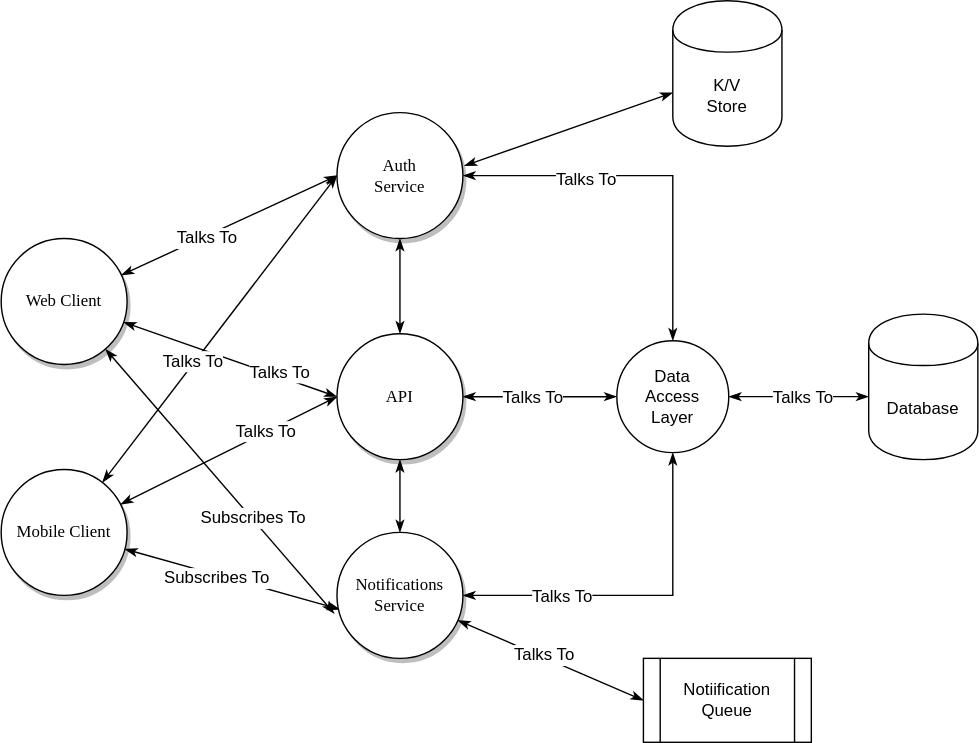
Earlier version of the draw.io export dal1.svg (rasjonell-zz/presentations). Source tidied: cells renumbered, new cells last; positions are measured from the earlier drawing's top-left corner, leaving out a move shared by most shapes.
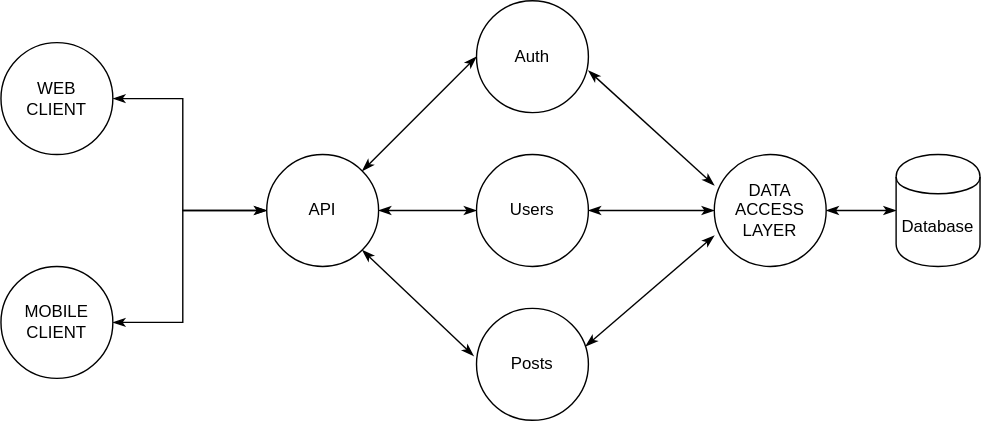
The same file after the commit.

The edit, as a diff of the source:
```diff
@@ -1,110 +1,74 @@
-<mxGraphModel background="#ffffff">
+<mxGraphModel>
   <root>
     <mxCell id="0" />
     <mxCell id="1" parent="0" />
-    <mxCell id="2" style="rounded=0;jettySize=auto;html=1;entryX=0;entryY=0.5;entryDx=0;entryDy=0;startArrow=classicThin;startFill=1;endArrow=classicThin;endFill=1;" parent="1" edge="1" source="8" target="18">
-      <mxGeometry relative="1" as="geometry" />
+    <mxCell id="2" style="edgeStyle=orthogonalEdgeStyle;rounded=0;jettySize=auto;html=1;entryX=0;entryY=0.5;entryDx=0;entryDy=0;endArrow=classicThin;endFill=1;startArrow=classicThin;startFill=1;" parent="1" edge="1" source="3" target="9">
+      <mxGeometry relative="1" as="geometry">
+        <Array as="points">
+          <mxPoint x="50" y="280" />
+          <mxPoint x="50" y="360" />
+        </Array>
+      </mxGeometry>
     </mxCell>
-    <mxCell id="3" value="Talks To" style="text;html=1;align=center;verticalAlign=middle;points=[];labelBackgroundColor=#ffffff;" parent="2" vertex="1">
-      <mxGeometry x="-0.22" y="-1" relative="1" as="geometry" />
+    <mxCell id="3" value="&lt;div&gt;WEB&lt;/div&gt;&lt;div&gt;CLIENT&lt;br&gt;&lt;/div&gt;" style="ellipse;whiteSpace=wrap;html=1;" parent="1" vertex="1">
+      <mxGeometry x="-80" y="240" width="80" height="80" as="geometry" />
     </mxCell>
-    <mxCell id="4" style="rounded=0;jettySize=auto;html=1;entryX=-0.022;entryY=0.644;entryDx=0;entryDy=0;entryPerimeter=0;startArrow=classicThin;startFill=1;endArrow=classicThin;endFill=1;" parent="1" edge="1" source="8" target="24">
-      <mxGeometry relative="1" as="geometry" />
+    <mxCell id="4" style="edgeStyle=orthogonalEdgeStyle;rounded=0;jettySize=auto;html=1;entryX=0;entryY=0.5;entryDx=0;entryDy=0;endArrow=classicThin;endFill=1;startArrow=classicThin;startFill=1;" parent="1" edge="1" source="5" target="9">
+      <mxGeometry relative="1" as="geometry">
+        <Array as="points">
+          <mxPoint x="50" y="440" />
+          <mxPoint x="50" y="360" />
+        </Array>
+      </mxGeometry>
     </mxCell>
-    <mxCell id="5" value="&lt;div&gt;Subscribes To&lt;/div&gt;" style="text;html=1;align=center;verticalAlign=middle;points=[];labelBackgroundColor=#ffffff;" parent="4" vertex="1">
-      <mxGeometry x="0.28" y="1" relative="1" as="geometry" />
+    <mxCell id="5" value="&lt;div&gt;MOBILE&lt;br&gt;CLIENT&lt;br&gt;&lt;/div&gt;" style="ellipse;whiteSpace=wrap;html=1;" parent="1" vertex="1">
+      <mxGeometry x="-80" y="400" width="80" height="80" as="geometry" />
     </mxCell>
-    <mxCell id="6" style="edgeStyle=none;rounded=0;jettySize=auto;html=1;entryX=0;entryY=0.5;entryDx=0;entryDy=0;startArrow=classicThin;startFill=1;endArrow=classicThin;endFill=1;" parent="1" edge="1" source="8" target="32">
+    <mxCell id="6" style="rounded=0;jettySize=auto;html=1;exitX=1;exitY=0;exitDx=0;exitDy=0;entryX=0;entryY=0.5;entryDx=0;entryDy=0;startArrow=classicThin;startFill=1;endArrow=classicThin;endFill=1;" parent="1" edge="1" source="9" target="11">
       <mxGeometry relative="1" as="geometry" />
     </mxCell>
-    <mxCell id="7" value="Talks To" style="text;html=1;align=center;verticalAlign=middle;labelBackgroundColor=#ffffff;" parent="6" vertex="1">
-      <mxGeometry x="0.43" y="3" relative="1" as="geometry" />
+    <mxCell id="7" style="edgeStyle=none;rounded=0;jettySize=auto;html=1;entryX=0;entryY=0.5;entryDx=0;entryDy=0;startArrow=classicThin;startFill=1;endArrow=classicThin;endFill=1;" parent="1" edge="1" source="9" target="13">
+      <mxGeometry relative="1" as="geometry" />
     </mxCell>
-    <mxCell id="8" value="Web Client" style="ellipse;whiteSpace=wrap;html=1;rounded=0;shadow=1;comic=0;labelBackgroundColor=none;strokeWidth=1;fontFamily=Verdana;fontSize=12;align=center;" parent="1" vertex="1">
-      <mxGeometry y="170" width="90" height="90" as="geometry" />
+    <mxCell id="8" style="edgeStyle=none;rounded=0;jettySize=auto;html=1;exitX=1;exitY=1;exitDx=0;exitDy=0;entryX=-0.025;entryY=0.425;entryDx=0;entryDy=0;entryPerimeter=0;startArrow=classicThin;startFill=1;endArrow=classicThin;endFill=1;" parent="1" edge="1" source="9" target="15">
+      <mxGeometry relative="1" as="geometry" />
     </mxCell>
-    <mxCell id="9" style="edgeStyle=none;rounded=0;jettySize=auto;html=1;entryX=0;entryY=0.5;entryDx=0;entryDy=0;startArrow=classicThin;startFill=1;endArrow=classicThin;endFill=1;" parent="1" edge="1" source="15" target="18">
-      <mxGeometry relative="1" as="geometry" />
+    <mxCell id="9" value="API" style="ellipse;whiteSpace=wrap;html=1;" parent="1" vertex="1">
+      <mxGeometry x="110" y="320" width="80" height="80" as="geometry" />
     </mxCell>
-    <mxCell id="10" value="Talks To" style="text;html=1;align=center;verticalAlign=middle;labelBackgroundColor=#ffffff;" parent="9" vertex="1">
-      <mxGeometry x="-0.22" y="2" relative="1" as="geometry" />
+    <mxCell id="10" style="edgeStyle=none;rounded=0;orthogonalLoop=1;jettySize=auto;html=1;entryX=0;entryY=0.3;entryDx=0;entryDy=0;startArrow=classicThin;startFill=1;endArrow=classicThin;endFill=1;" parent="1" edge="1">
+      <mxGeometry relative="1" as="geometry">
+        <mxPoint x="340" y="260" as="sourcePoint" />
+        <mxPoint x="430" y="342" as="targetPoint" />
+      </mxGeometry>
     </mxCell>
-    <mxCell id="11" style="edgeStyle=none;rounded=0;jettySize=auto;html=1;entryX=0.022;entryY=0.611;entryDx=0;entryDy=0;entryPerimeter=0;startArrow=classicThin;startFill=1;endArrow=classicThin;endFill=1;" parent="1" edge="1" source="15" target="24">
-      <mxGeometry relative="1" as="geometry" />
+    <mxCell id="11" value="Auth" style="ellipse;whiteSpace=wrap;html=1;" parent="1" vertex="1">
+      <mxGeometry x="260" y="210" width="80" height="80" as="geometry" />
     </mxCell>
-    <mxCell id="12" value="Subscribes To" style="text;html=1;align=center;verticalAlign=middle;labelBackgroundColor=#ffffff;" parent="11" vertex="1">
-      <mxGeometry x="-0.15" y="-2" relative="1" as="geometry" />
+    <mxCell id="12" style="edgeStyle=none;rounded=0;jettySize=auto;html=1;entryX=0;entryY=0.5;entryDx=0;entryDy=0;startArrow=classicThin;startFill=1;endArrow=classicThin;endFill=1;" parent="1" edge="1" source="13">
+      <mxGeometry relative="1" as="geometry">
+        <mxPoint x="430" y="360" as="targetPoint" />
+      </mxGeometry>
     </mxCell>
-    <mxCell id="13" style="edgeStyle=none;rounded=0;jettySize=auto;html=1;entryX=0;entryY=0.5;entryDx=0;entryDy=0;startArrow=classicThin;startFill=1;endArrow=classicThin;endFill=1;" parent="1" edge="1" source="15" target="32">
-      <mxGeometry relative="1" as="geometry" />
+    <mxCell id="13" value="Users" style="ellipse;whiteSpace=wrap;html=1;" parent="1" vertex="1">
+      <mxGeometry x="260" y="320" width="80" height="80" as="geometry" />
     </mxCell>
-    <mxCell id="14" value="&lt;div&gt;Talks To&lt;/div&gt;" style="text;html=1;align=center;verticalAlign=middle;labelBackgroundColor=#ffffff;" parent="13" vertex="1">
-      <mxGeometry x="0.34" y="1" relative="1" as="geometry" />
+    <mxCell id="14" style="edgeStyle=none;rounded=0;jettySize=auto;html=1;exitX=0.975;exitY=0.338;exitDx=0;exitDy=0;entryX=0;entryY=0.7;entryDx=0;entryDy=0;startArrow=classicThin;startFill=1;endArrow=classicThin;endFill=1;exitPerimeter=0;" parent="1" edge="1" source="15">
+      <mxGeometry relative="1" as="geometry">
+        <mxPoint x="430" y="378" as="targetPoint" />
+      </mxGeometry>
     </mxCell>
-    <mxCell id="15" value="Mobile Client" style="ellipse;whiteSpace=wrap;html=1;rounded=0;shadow=1;comic=0;labelBackgroundColor=none;strokeWidth=1;fontFamily=Verdana;fontSize=12;align=center;" parent="1" vertex="1">
-      <mxGeometry y="335" width="90" height="90" as="geometry" />
+    <mxCell id="15" value="Posts" style="ellipse;whiteSpace=wrap;html=1;" parent="1" vertex="1">
+      <mxGeometry x="260" y="430" width="80" height="80" as="geometry" />
     </mxCell>
-    <mxCell id="16" style="edgeStyle=orthogonalEdgeStyle;rounded=0;jettySize=auto;html=1;entryX=0.5;entryY=0;entryDx=0;entryDy=0;startArrow=classicThin;startFill=1;endArrow=classicThin;endFill=1;" parent="1" edge="1" source="18" target="35">
+    <mxCell id="16" style="edgeStyle=none;rounded=0;jettySize=auto;html=1;entryX=0;entryY=0.5;entryDx=0;entryDy=0;startArrow=classicThin;startFill=1;endArrow=classicThin;endFill=1;" parent="1" edge="1" source="17" target="18">
       <mxGeometry relative="1" as="geometry" />
     </mxCell>
-    <mxCell id="17" value="Talks To" style="text;html=1;align=center;verticalAlign=middle;points=[];labelBackgroundColor=#ffffff;" parent="16" vertex="1">
-      <mxGeometry x="-0.35" y="-2" relative="1" as="geometry" />
+    <mxCell id="17" value="&lt;div&gt;DATA&lt;/div&gt;&lt;div&gt;ACCESS&lt;/div&gt;&lt;div&gt;LAYER&lt;br&gt;&lt;/div&gt;" style="ellipse;whiteSpace=wrap;html=1;" parent="1" vertex="1">
+      <mxGeometry x="430" y="320" width="80" height="80" as="geometry" />
     </mxCell>
-    <mxCell id="18" value="&lt;div&gt;Auth&lt;/div&gt;&lt;div&gt;Service&lt;br&gt;&lt;/div&gt;" style="ellipse;whiteSpace=wrap;html=1;rounded=0;shadow=1;comic=0;labelBackgroundColor=none;strokeWidth=1;fontFamily=Verdana;fontSize=12;align=center;" parent="1" vertex="1">
-      <mxGeometry x="240" y="80" width="90" height="90" as="geometry" />
+    <mxCell id="18" value="Database" style="shape=cylinder;whiteSpace=wrap;html=1;boundedLbl=1;backgroundOutline=1;" parent="1" vertex="1">
+      <mxGeometry x="560" y="320" width="60" height="80" as="geometry" />
     </mxCell>
-    <mxCell id="19" value="Database" style="shape=cylinder;whiteSpace=wrap;html=1;boundedLbl=1;backgroundOutline=1;" parent="1" vertex="1">
-      <mxGeometry x="620" y="224" width="78" height="104" as="geometry" />
-    </mxCell>
-    <mxCell id="20" style="rounded=0;jettySize=auto;html=1;entryX=0;entryY=0.5;entryDx=0;entryDy=0;startArrow=classicThin;startFill=1;endArrow=classicThin;endFill=1;" parent="1" edge="1" source="24" target="27">
-      <mxGeometry relative="1" as="geometry" />
-    </mxCell>
-    <mxCell id="21" value="Talks To" style="text;html=1;align=center;verticalAlign=middle;labelBackgroundColor=#ffffff;" parent="20" vertex="1">
-      <mxGeometry x="-0.09" y="2" relative="1" as="geometry" />
-    </mxCell>
-    <mxCell id="22" style="edgeStyle=orthogonalEdgeStyle;rounded=0;jettySize=auto;html=1;entryX=0.5;entryY=1;entryDx=0;entryDy=0;startArrow=classicThin;startFill=1;endArrow=classicThin;endFill=1;" parent="1" edge="1" source="24" target="35">
-      <mxGeometry relative="1" as="geometry" />
-    </mxCell>
-    <mxCell id="23" value="Talks To" style="text;html=1;align=center;verticalAlign=middle;labelBackgroundColor=#ffffff;" parent="22" vertex="1">
-      <mxGeometry x="-0.44" relative="1" as="geometry" />
-    </mxCell>
-    <mxCell id="24" value="&lt;div&gt;Notifications&lt;/div&gt;&lt;div&gt;Service&lt;br&gt;&lt;/div&gt;" style="ellipse;whiteSpace=wrap;html=1;rounded=0;shadow=1;comic=0;labelBackgroundColor=none;strokeWidth=1;fontFamily=Verdana;fontSize=12;align=center;" parent="1" vertex="1">
-      <mxGeometry x="240" y="380" width="90" height="90" as="geometry" />
-    </mxCell>
-    <mxCell id="25" style="edgeStyle=none;rounded=0;jettySize=auto;html=1;entryX=1.011;entryY=0.422;entryDx=0;entryDy=0;entryPerimeter=0;startArrow=classicThin;startFill=1;endArrow=classicThin;endFill=1;" parent="1" edge="1" source="26" target="18">
-      <mxGeometry relative="1" as="geometry" />
-    </mxCell>
-    <mxCell id="26" value="&lt;div&gt;K/V&lt;/div&gt;&lt;div&gt;Store&lt;br&gt;&lt;/div&gt;" style="shape=cylinder;whiteSpace=wrap;html=1;boundedLbl=1;backgroundOutline=1;" parent="1" vertex="1">
-      <mxGeometry x="480" width="78" height="104" as="geometry" />
-    </mxCell>
-    <mxCell id="27" value="Notiification Queue" style="shape=process;whiteSpace=wrap;html=1;backgroundOutline=1;" parent="1" vertex="1">
-      <mxGeometry x="459" y="470" width="120" height="60" as="geometry" />
-    </mxCell>
-    <mxCell id="28" style="edgeStyle=orthogonalEdgeStyle;rounded=0;jettySize=auto;html=1;entryX=0.5;entryY=0;entryDx=0;entryDy=0;startArrow=classicThin;startFill=1;endArrow=classicThin;endFill=1;" parent="1" edge="1" source="32" target="24">
-      <mxGeometry relative="1" as="geometry" />
-    </mxCell>
-    <mxCell id="29" style="edgeStyle=orthogonalEdgeStyle;rounded=0;jettySize=auto;html=1;entryX=0.5;entryY=1;entryDx=0;entryDy=0;startArrow=classicThin;startFill=1;endArrow=classicThin;endFill=1;" parent="1" edge="1" source="32" target="18">
-      <mxGeometry relative="1" as="geometry" />
-    </mxCell>
-    <mxCell id="30" style="edgeStyle=orthogonalEdgeStyle;rounded=0;jettySize=auto;html=1;entryX=0;entryY=0.5;entryDx=0;entryDy=0;startArrow=classicThin;startFill=1;endArrow=classicThin;endFill=1;" parent="1" edge="1" source="32" target="35">
-      <mxGeometry relative="1" as="geometry" />
-    </mxCell>
-    <mxCell id="31" value="Talks To" style="text;html=1;align=center;verticalAlign=middle;labelBackgroundColor=#ffffff;" parent="30" vertex="1">
-      <mxGeometry x="-0.11" y="-4" relative="1" as="geometry">
-        <mxPoint y="-4" as="offset" />
-      </mxGeometry>
-    </mxCell>
-    <mxCell id="32" value="API" style="ellipse;whiteSpace=wrap;html=1;rounded=0;shadow=1;comic=0;labelBackgroundColor=none;strokeWidth=1;fontFamily=Verdana;fontSize=12;align=center;" parent="1" vertex="1">
-      <mxGeometry x="240" y="238" width="90" height="90" as="geometry" />
-    </mxCell>
-    <mxCell id="33" style="edgeStyle=orthogonalEdgeStyle;rounded=0;jettySize=auto;html=1;entryX=0;entryY=0.567;entryDx=0;entryDy=0;entryPerimeter=0;startArrow=classicThin;startFill=1;endArrow=classicThin;endFill=1;" parent="1" edge="1" source="35" target="19">
-      <mxGeometry relative="1" as="geometry" />
-    </mxCell>
-    <mxCell id="34" value="Talks To" style="text;html=1;align=center;verticalAlign=middle;labelBackgroundColor=#ffffff;" parent="33" vertex="1">
-      <mxGeometry x="0.06" y="-1" relative="1" as="geometry" />
-    </mxCell>
-    <mxCell id="35" value="&lt;div&gt;Data&lt;/div&gt;&lt;div&gt;Access&lt;/div&gt;&lt;div&gt;Layer&lt;br&gt;&lt;/div&gt;" style="ellipse;whiteSpace=wrap;html=1;" parent="1" vertex="1">
-      <mxGeometry x="440" y="243" width="80" height="80" as="geometry" />
-    </mxCell>
   </root>
 </mxGraphModel>
```
